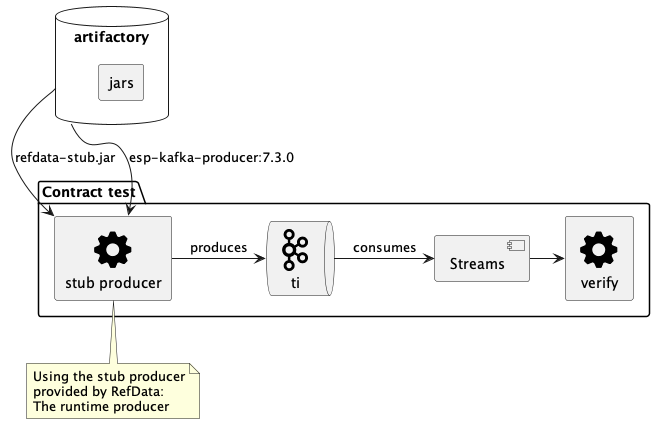
Above: images/src/main/plantuml/consumer-contract-test.png in vspiliop/kafka-contract-test-producer (PlantUML), before the change.
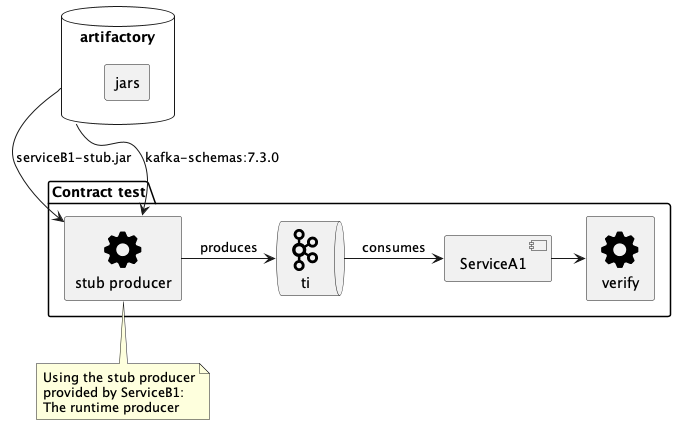
After the change.

What changed in the source:
```diff
@@ -4,13 +4,13 @@
 package "Contract test" {
   rectangle "stub producer" <<$cog>> as tp
   queue ti <<$kafka >>
-  [Streams]
+  [ServiceA1]
   rectangle verify <<$cog>>
 }
 
 note bottom of tp
   Using the stub producer
-  provided by RefData:
+  provided by ServiceB1:
   The runtime producer
 end note
 
@@ -18,11 +18,11 @@
  rectangle jars
 }
 
-ar -> tp: refdata-stub.jar
-ar --> tp: esp-kafka-producer:7.3.0
+ar -> tp: serviceB1-stub.jar
+ar --> tp: kafka-schemas:7.3.0
 
 tp -right-> ti: produces
-ti -> [Streams]: consumes
-[Streams] -> verify
+ti -> [ServiceA1]: consumes
+[ServiceA1] -> verify
 
 @enduml
```
